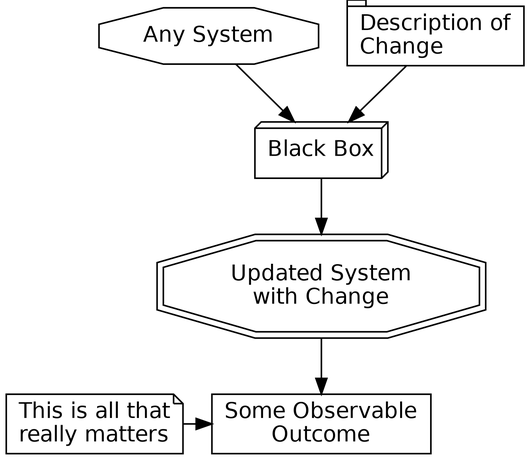
davetron5000/naildrivin5.com keeps this Graphviz diagram as images/aiblackbox.png. Above is the earlier version. Its source is kept beside it as images/aiblackbox.dot. The source it was exported from:
```dot
digraph G {

    node[fontname=baskerville]

    ExistingSystem -> BlackBox
    ChangeRequest  -> BlackBox
    BlackBox       -> UpdatedSystem
    UpdatedSystem  -> SomeOutcome
    Note           -> SomeOutcome

    ExistingSystem [ shape=octagon       label="Any System"]
    ChangeRequest  [ shape=tab           label="Description of\lChange\l"]
    BlackBox       [ shape=box3d         label="Black Box"]
    UpdatedSystem  [ shape=doubleoctagon label="Updated System\nwith Change"]
    SomeOutcome    [ shape=rect          label="Some Observable\nOutcome"]
    Note           [ shape=note          label="This is all that\lreally matters\l" ]

    { rank=same; SomeOutcome; Note }
}
```
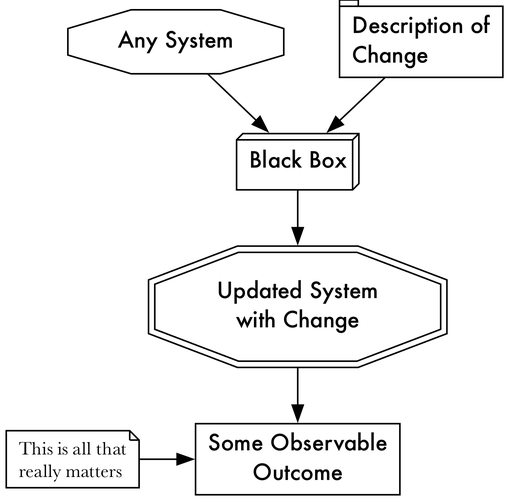
After the change.

The edit, as a diff of the source:
```diff
@@ -1,19 +1,21 @@
 digraph G {
 
-    node[fontname=baskerville]
+  node[fontname=futura]
+  nodesep=0.5
+  ranksep=0.5
 
-    ExistingSystem -> BlackBox
-    ChangeRequest  -> BlackBox
-    BlackBox       -> UpdatedSystem
-    UpdatedSystem  -> SomeOutcome
-    Note           -> SomeOutcome
+  ExistingSystem -> BlackBox
+  ChangeRequest  -> BlackBox
+  BlackBox       -> UpdatedSystem
+  UpdatedSystem  -> SomeOutcome
+  Note           -> SomeOutcome
 
-    ExistingSystem [ shape=octagon       label="Any System"]
-    ChangeRequest  [ shape=tab           label="Description of\lChange\l"]
-    BlackBox       [ shape=box3d         label="Black Box"]
-    UpdatedSystem  [ shape=doubleoctagon label="Updated System\nwith Change"]
-    SomeOutcome    [ shape=rect          label="Some Observable\nOutcome"]
-    Note           [ shape=note          label="This is all that\lreally matters\l" ]
+  ExistingSystem [ shape=octagon       label="Any System"]
+  ChangeRequest  [ shape=tab           label="Description of\lChange\l"]
+  BlackBox       [ shape=box3d         label="Black Box"]
+  UpdatedSystem  [ shape=doubleoctagon label="Updated System\nwith Change"]
+  SomeOutcome    [ shape=rect          label="Some Observable\nOutcome"]
+  Note           [ shape=note          label="This is all that\lreally matters\l" fontname=baskerville, fontsize=12 ]
 
-    { rank=same; SomeOutcome; Note }
+  { rank=same; SomeOutcome; Note }
 }
```
